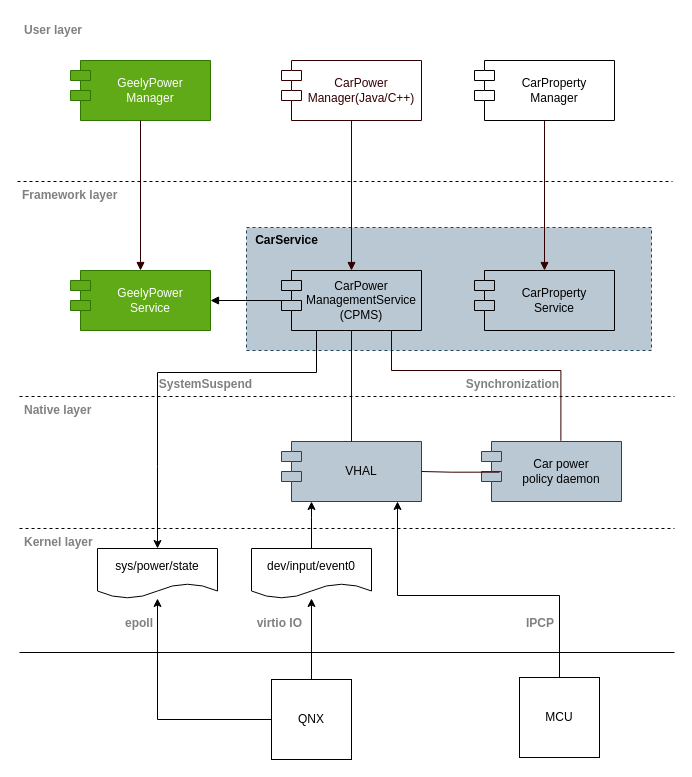
Before: page "block_电源整体" (1 of 4) of 946/power_policy.drawio in 791620110/A-drawio, a draw.io diagram. Source tidied: cells renumbered, new cells numbered last; positions are measured from the earlier drawing's top-left corner, leaving out a move shared by most shapes. Both pictures are drawn from the tidied source at 100%, with x=0, y=0 at pixel (17, 17).
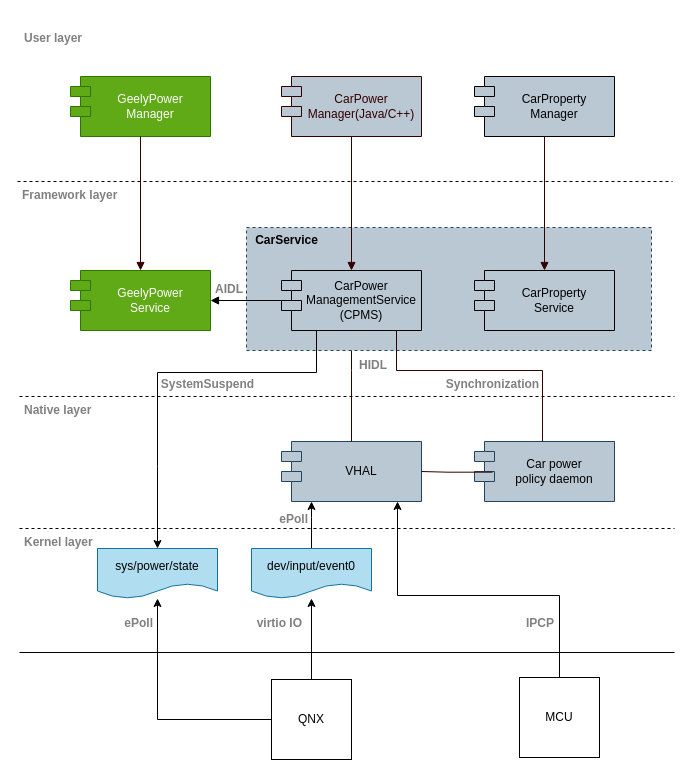
After the change.

Unchanged cells that the change refers to:
```xml
<mxCell id="2" style="html=1;whiteSpace=wrap;dashed=1;fillColor=#bac8d3;strokeColor=#23445d;" parent="1" vertex="1">
  <mxGeometry x="229" y="210" width="405" height="123" as="geometry" />
</mxCell>
<mxCell id="3" value="CarPower&lt;br&gt;ManagementService&lt;br&gt;(CPMS)" style="shape=module;align=left;spacingLeft=20;align=center;verticalAlign=middle;whiteSpace=wrap;html=1;fillColor=#BAC8D3;" parent="1" vertex="1">
  <mxGeometry x="264" y="253" width="140" height="60" as="geometry" />
</mxCell>
<mxCell id="4" value="VHAL" style="shape=module;align=left;spacingLeft=20;align=center;verticalAlign=middle;whiteSpace=wrap;html=1;fillColor=#bac8d3;strokeColor=#23445d;" parent="1" vertex="1">
  <mxGeometry x="264" y="424" width="140" height="60" as="geometry" />
</mxCell>
```

What changed in the source:
```diff
@@
     <mxCell id="5" value="Car power&lt;br&gt;policy daemon" style="shape=module;align=left;spacingLeft=20;align=center;verticalAlign=middle;whiteSpace=wrap;html=1;fillColor=#bac8d3;strokeColor=#23445d;" parent="1" vertex="1">
-      <mxGeometry x="464" y="424" width="140" height="60" as="geometry" />
+      <mxGeometry x="457" y="424" width="140" height="60" as="geometry" />
     </mxCell>
-    <mxCell id="6" value="CarPower&lt;br&gt;Manager(Java/C++)" style="shape=module;align=left;spacingLeft=20;align=center;verticalAlign=middle;whiteSpace=wrap;html=1;labelBackgroundColor=none;fillColor=#FFFFFF;fontColor=#330000;strokeColor=#330000;" parent="1" vertex="1">
-      <mxGeometry x="264" y="43" width="140" height="60" as="geometry" />
+    <mxCell id="6" value="CarPower&lt;br&gt;Manager(Java/C++)" style="shape=module;align=left;spacingLeft=20;align=center;verticalAlign=middle;whiteSpace=wrap;html=1;labelBackgroundColor=none;fillColor=#BAC8D3;fontColor=#330000;strokeColor=#330000;" parent="1" vertex="1">
+      <mxGeometry x="264" y="59" width="140" height="60" as="geometry" />
     </mxCell>
-    <mxCell id="7" value="CarProperty&lt;br&gt;Manager" style="shape=module;align=left;spacingLeft=20;align=center;verticalAlign=middle;whiteSpace=wrap;html=1;" parent="1" vertex="1">
-      <mxGeometry x="457" y="43" width="140" height="60" as="geometry" />
+    <mxCell id="7" value="CarProperty&lt;br&gt;Manager" style="shape=module;align=left;spacingLeft=20;align=center;verticalAlign=middle;whiteSpace=wrap;html=1;fillColor=#BAC8D3;" parent="1" vertex="1">
+      <mxGeometry x="457" y="59" width="140" height="60" as="geometry" />
     </mxCell>
-    <mxCell id="8" style="endArrow=none;html=1;edgeStyle=orthogonalEdgeStyle;rounded=0;exitX=0.5;exitY=1;exitDx=0;exitDy=0;entryX=0.5;entryY=0;entryDx=0;entryDy=0;fillColor=#b1ddf0;strokeColor=#330000;" parent="1" edge="1" source="3" target="4">
-      <mxGeometry relative="1" as="geometry" />
+    <mxCell id="8" style="endArrow=none;html=1;edgeStyle=orthogonalEdgeStyle;rounded=0;entryX=0.5;entryY=0;entryDx=0;entryDy=0;fillColor=#b1ddf0;strokeColor=#330000;" parent="1" edge="1" source="2" target="4">
+      <mxGeometry relative="1" as="geometry">
+        <Array as="points">
+          <mxPoint x="334" y="353" />
+          <mxPoint x="334" y="353" />
+        </Array>
+      </mxGeometry>
     </mxCell>
@@
-    <mxCell id="10" style="endArrow=none;html=1;edgeStyle=orthogonalEdgeStyle;rounded=0;exitX=0.567;exitY=-0.011;exitDx=0;exitDy=0;exitPerimeter=0;fillColor=#ffcc99;strokeColor=#330000;" parent="1" edge="1" source="5" target="3">
+    <mxCell id="10" style="endArrow=none;html=1;edgeStyle=orthogonalEdgeStyle;rounded=0;fillColor=#ffcc99;strokeColor=#330000;" parent="1" edge="1" source="5" target="3">
       <mxGeometry relative="1" as="geometry">
         <Array as="points">
-          <mxPoint x="543" y="353" />
-          <mxPoint x="374" y="353" />
+          <mxPoint x="525" y="353" />
+          <mxPoint x="379" y="353" />
         </Array>
       </mxGeometry>
     </mxCell>
@@
     <mxCell id="13" value="Synchronization" style="text;align=center;fontStyle=1;verticalAlign=middle;spacingLeft=3;spacingRight=3;strokeColor=none;html=1;fontColor=#808080;" parent="1" vertex="1">
-      <mxGeometry x="455" y="354" width="80" height="26" as="geometry" />
+      <mxGeometry x="435" y="354" width="80" height="26" as="geometry" />
     </mxCell>
@@
     <mxCell id="20" value="GeelyPower&lt;br&gt;Manager" style="shape=module;align=left;spacingLeft=20;align=center;verticalAlign=middle;whiteSpace=wrap;html=1;labelBackgroundColor=none;fillColor=#60a917;fontColor=#ffffff;strokeColor=#2D7600;" parent="1" vertex="1">
-      <mxGeometry x="53" y="43" width="140" height="60" as="geometry" />
+      <mxGeometry x="53" y="59" width="140" height="60" as="geometry" />
     </mxCell>
@@
     <mxCell id="23" value="User layer" style="text;align=left;fontStyle=1;verticalAlign=middle;spacingLeft=3;spacingRight=3;strokeColor=none;html=1;fontColor=#808080;" parent="1" vertex="1">
-      <mxGeometry x="2" width="80" height="26" as="geometry" />
+      <mxGeometry x="2" y="8" width="80" height="26" as="geometry" />
     </mxCell>
@@
-    <mxCell id="27" value="dev/input/event0" style="shape=document;whiteSpace=wrap;html=1;boundedLbl=1;" parent="1" vertex="1">
+    <mxCell id="27" value="dev/input/event0" style="shape=document;whiteSpace=wrap;html=1;boundedLbl=1;fillColor=#b1ddf0;strokeColor=#10739e;" parent="1" vertex="1">
       <mxGeometry x="234" y="531" width="120" height="50" as="geometry" />
     </mxCell>
@@
-    <mxCell id="34" value="sys/power/state" style="shape=document;whiteSpace=wrap;html=1;boundedLbl=1;" parent="1" vertex="1">
+    <mxCell id="34" value="sys/power/state" style="shape=document;whiteSpace=wrap;html=1;boundedLbl=1;fillColor=#b1ddf0;strokeColor=#10739e;" parent="1" vertex="1">
       <mxGeometry x="80" y="531" width="120" height="50" as="geometry" />
     </mxCell>
@@
     <mxCell id="36" value="SystemSuspend" style="text;align=center;fontStyle=1;verticalAlign=middle;spacingLeft=3;spacingRight=3;strokeColor=none;html=1;fontColor=#808080;" parent="1" vertex="1">
-      <mxGeometry x="148" y="354" width="80" height="26" as="geometry" />
+      <mxGeometry x="150" y="354" width="80" height="26" as="geometry" />
     </mxCell>
@@
-    <mxCell id="39" value="epoll" style="text;align=right;fontStyle=1;verticalAlign=middle;spacingLeft=3;spacingRight=3;strokeColor=none;html=1;fontColor=#808080;" parent="1" vertex="1">
+    <mxCell id="39" value="ePoll" style="text;align=right;fontStyle=1;verticalAlign=middle;spacingLeft=3;spacingRight=3;strokeColor=none;html=1;fontColor=#808080;" parent="1" vertex="1">
       <mxGeometry x="60" y="593" width="80" height="26" as="geometry" />
     </mxCell>
@@
+    <mxCell id="41" value="ePoll" style="text;align=right;fontStyle=1;verticalAlign=middle;spacingLeft=3;spacingRight=3;strokeColor=none;html=1;fontColor=#808080;" parent="1" vertex="1">
+      <mxGeometry x="215" y="489" width="80" height="26" as="geometry" />
+    </mxCell>
+    <mxCell id="42" value="HIDL" style="text;align=left;fontStyle=1;verticalAlign=middle;spacingLeft=3;spacingRight=3;strokeColor=none;html=1;fontColor=#808080;" parent="1" vertex="1">
+      <mxGeometry x="337" y="335" width="80" height="26" as="geometry" />
+    </mxCell>
+    <mxCell id="43" value="AIDL" style="text;align=left;fontStyle=1;verticalAlign=middle;spacingLeft=3;spacingRight=3;strokeColor=none;html=1;fontColor=#808080;" parent="1" vertex="1">
+      <mxGeometry x="193" y="258.5" width="80" height="26" as="geometry" />
+    </mxCell>
```
